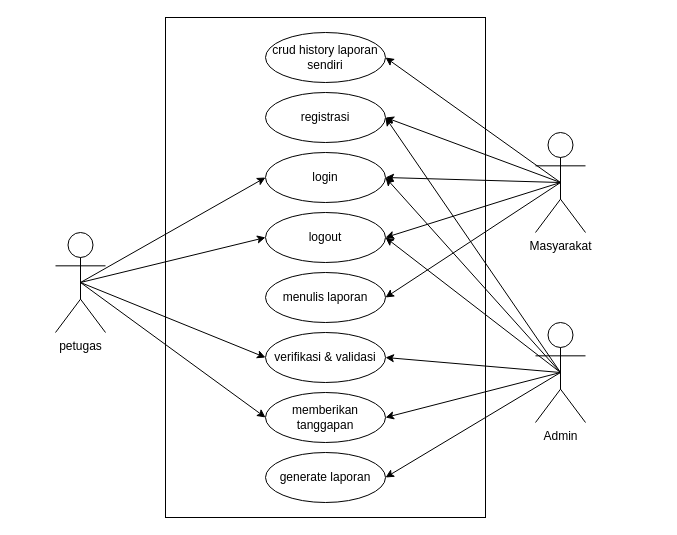
This is usecase(Revision).drawio from Mahklvk/laporanMasyarakatPreparation, a draw.io file, before an edit. Source tidied: cells renumbered, new cells numbered last; positions are measured from the earlier drawing's top-left corner, leaving out a move shared by most shapes. Both pictures are drawn from the tidied source at 100%, with x=0, y=0 at pixel (55, 17).
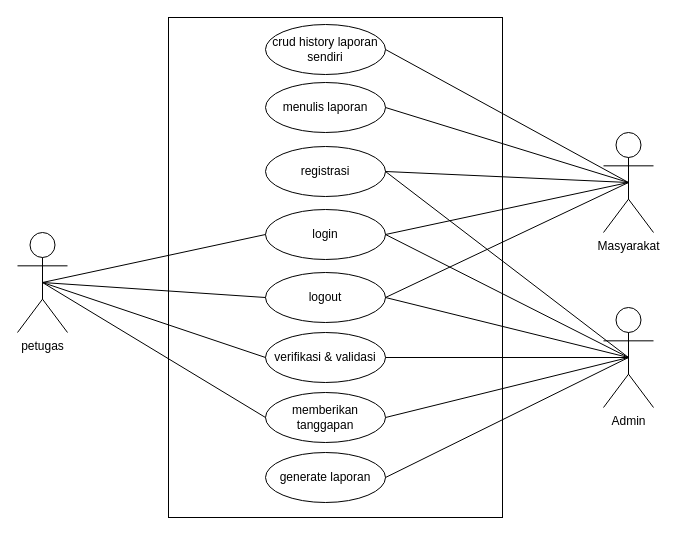
After the change.

The change refers to these unchanged cells:
```xml
<mxCell id="24" value="verifikasi &amp;amp; validasi" style="ellipse;whiteSpace=wrap;html=1;fillColor=none;" parent="1" vertex="1">
  <mxGeometry x="210" y="315" width="120" height="50" as="geometry" />
</mxCell>
<mxCell id="26" value="memberikan tanggapan" style="ellipse;whiteSpace=wrap;html=1;fillColor=none;" parent="1" vertex="1">
  <mxGeometry x="210" y="375" width="120" height="50" as="geometry" />
</mxCell>
<mxCell id="27" value="generate laporan" style="ellipse;whiteSpace=wrap;html=1;fillColor=none;" parent="1" vertex="1">
  <mxGeometry x="210" y="435" width="120" height="50" as="geometry" />
</mxCell>
```

Diff of the diagram source:
```diff
@@
     <mxCell id="2" style="rounded=0;whiteSpace=wrap;html=1;fillColor=none;" parent="1" vertex="1">
-      <mxGeometry x="110" width="320" height="500" as="geometry" />
+      <mxGeometry x="113" width="334" height="500" as="geometry" />
     </mxCell>
-    <mxCell id="3" style="rounded=0;jettySize=auto;html=1;exitX=0.5;exitY=0.5;exitDx=0;exitDy=0;exitPerimeter=0;entryX=1;entryY=0.5;entryDx=0;entryDy=0;" parent="1" edge="1" source="9" target="23">
+    <mxCell id="3" style="rounded=0;jettySize=auto;html=1;exitX=0.5;exitY=0.5;exitDx=0;exitDy=0;exitPerimeter=0;entryX=1;entryY=0.5;entryDx=0;entryDy=0;endArrow=none;startFill=0;" parent="1" edge="1" source="9" target="23">
       <mxGeometry relative="1" as="geometry" />
     </mxCell>
-    <mxCell id="4" style="rounded=0;jettySize=auto;html=1;exitX=0.5;exitY=0.5;exitDx=0;exitDy=0;exitPerimeter=0;entryX=1;entryY=0.5;entryDx=0;entryDy=0;" parent="1" edge="1" source="9" target="22">
+    <mxCell id="4" style="rounded=0;jettySize=auto;html=1;exitX=0.5;exitY=0.5;exitDx=0;exitDy=0;exitPerimeter=0;entryX=1;entryY=0.5;entryDx=0;entryDy=0;endArrow=none;startFill=0;" parent="1" edge="1" source="9" target="22">
       <mxGeometry relative="1" as="geometry" />
     </mxCell>
-    <mxCell id="5" style="rounded=0;jettySize=auto;html=1;exitX=0.5;exitY=0.5;exitDx=0;exitDy=0;exitPerimeter=0;entryX=1;entryY=0.5;entryDx=0;entryDy=0;" parent="1" edge="1" source="9" target="24">
+    <mxCell id="5" style="rounded=0;jettySize=auto;html=1;exitX=0.5;exitY=0.5;exitDx=0;exitDy=0;exitPerimeter=0;entryX=1;entryY=0.5;entryDx=0;entryDy=0;endArrow=none;startFill=0;" parent="1" edge="1" source="9" target="24">
       <mxGeometry relative="1" as="geometry" />
     </mxCell>
-    <mxCell id="6" style="rounded=0;jettySize=auto;html=1;exitX=0.5;exitY=0.5;exitDx=0;exitDy=0;exitPerimeter=0;entryX=1;entryY=0.5;entryDx=0;entryDy=0;" parent="1" edge="1" source="9" target="26">
+    <mxCell id="6" style="rounded=0;jettySize=auto;html=1;exitX=0.5;exitY=0.5;exitDx=0;exitDy=0;exitPerimeter=0;entryX=1;entryY=0.5;entryDx=0;entryDy=0;endArrow=none;startFill=0;" parent="1" edge="1" source="9" target="26">
       <mxGeometry relative="1" as="geometry" />
     </mxCell>
-    <mxCell id="7" style="rounded=0;jettySize=auto;html=1;exitX=0.5;exitY=0.5;exitDx=0;exitDy=0;exitPerimeter=0;entryX=1;entryY=0.5;entryDx=0;entryDy=0;" parent="1" edge="1" source="9" target="27">
+    <mxCell id="7" style="rounded=0;jettySize=auto;html=1;exitX=0.5;exitY=0.5;exitDx=0;exitDy=0;exitPerimeter=0;entryX=1;entryY=0.5;entryDx=0;entryDy=0;endArrow=none;startFill=0;" parent="1" edge="1" source="9" target="27">
       <mxGeometry relative="1" as="geometry" />
     </mxCell>
-    <mxCell id="8" style="rounded=0;jettySize=auto;html=1;exitX=0.5;exitY=0.5;exitDx=0;exitDy=0;exitPerimeter=0;entryX=1;entryY=0.5;entryDx=0;entryDy=0;" parent="1" edge="1" source="9" target="21">
+    <mxCell id="8" style="rounded=0;jettySize=auto;html=1;exitX=0.5;exitY=0.5;exitDx=0;exitDy=0;exitPerimeter=0;entryX=1;entryY=0.5;entryDx=0;entryDy=0;endArrow=none;startFill=0;" parent="1" edge="1" source="9" target="21">
       <mxGeometry relative="1" as="geometry" />
     </mxCell>
     <mxCell id="9" value="Admin" style="shape=umlActor;verticalLabelPosition=bottom;verticalAlign=top;html=1;outlineConnect=0;fillColor=none;" parent="1" vertex="1">
-      <mxGeometry x="480" y="305" width="50" height="100" as="geometry" />
+      <mxGeometry x="548" y="290" width="50" height="100" as="geometry" />
     </mxCell>
-    <mxCell id="10" style="rounded=0;jettySize=auto;html=1;exitX=0.5;exitY=0.5;exitDx=0;exitDy=0;exitPerimeter=0;entryX=0;entryY=0.5;entryDx=0;entryDy=0;" parent="1" edge="1" source="14" target="23">
+    <mxCell id="10" style="rounded=0;jettySize=auto;html=1;exitX=0.5;exitY=0.5;exitDx=0;exitDy=0;exitPerimeter=0;entryX=0;entryY=0.5;entryDx=0;entryDy=0;endArrow=none;startFill=0;" parent="1" edge="1" source="14" target="23">
       <mxGeometry relative="1" as="geometry" />
     </mxCell>
-    <mxCell id="11" style="rounded=0;jettySize=auto;html=1;exitX=0.5;exitY=0.5;exitDx=0;exitDy=0;exitPerimeter=0;entryX=0;entryY=0.5;entryDx=0;entryDy=0;" parent="1" edge="1" source="14" target="22">
+    <mxCell id="11" style="rounded=0;jettySize=auto;html=1;exitX=0.5;exitY=0.5;exitDx=0;exitDy=0;exitPerimeter=0;entryX=0;entryY=0.5;entryDx=0;entryDy=0;endArrow=none;startFill=0;" parent="1" edge="1" source="14" target="22">
       <mxGeometry relative="1" as="geometry" />
     </mxCell>
-    <mxCell id="12" style="rounded=0;jettySize=auto;html=1;exitX=0.5;exitY=0.5;exitDx=0;exitDy=0;exitPerimeter=0;entryX=0;entryY=0.5;entryDx=0;entryDy=0;" parent="1" edge="1" source="14" target="24">
+    <mxCell id="12" style="rounded=0;jettySize=auto;html=1;exitX=0.5;exitY=0.5;exitDx=0;exitDy=0;exitPerimeter=0;entryX=0;entryY=0.5;entryDx=0;entryDy=0;endArrow=none;startFill=0;" parent="1" edge="1" source="14" target="24">
       <mxGeometry relative="1" as="geometry" />
     </mxCell>
-    <mxCell id="13" style="rounded=0;jettySize=auto;html=1;exitX=0.5;exitY=0.5;exitDx=0;exitDy=0;exitPerimeter=0;entryX=0;entryY=0.5;entryDx=0;entryDy=0;" parent="1" edge="1" source="14" target="26">
+    <mxCell id="13" style="rounded=0;jettySize=auto;html=1;exitX=0.5;exitY=0.5;exitDx=0;exitDy=0;exitPerimeter=0;entryX=0;entryY=0.5;entryDx=0;entryDy=0;endArrow=none;startFill=0;" parent="1" edge="1" source="14" target="26">
       <mxGeometry relative="1" as="geometry" />
     </mxCell>
     <mxCell id="14" value="petugas" style="shape=umlActor;verticalLabelPosition=bottom;verticalAlign=top;html=1;outlineConnect=0;fillColor=none;" parent="1" vertex="1">
-      <mxGeometry y="215" width="50" height="100" as="geometry" />
+      <mxGeometry x="-38" y="215" width="50" height="100" as="geometry" />
     </mxCell>
-    <mxCell id="15" style="rounded=0;jettySize=auto;html=1;exitX=0.5;exitY=0.5;exitDx=0;exitDy=0;exitPerimeter=0;entryX=1;entryY=0.5;entryDx=0;entryDy=0;" parent="1" edge="1" source="20" target="21">
+    <mxCell id="15" style="rounded=0;jettySize=auto;html=1;exitX=0.5;exitY=0.5;exitDx=0;exitDy=0;exitPerimeter=0;entryX=1;entryY=0.5;entryDx=0;entryDy=0;endArrow=none;startFill=0;" parent="1" edge="1" source="20" target="21">
       <mxGeometry relative="1" as="geometry" />
     </mxCell>
-    <mxCell id="16" style="rounded=0;jettySize=auto;html=1;exitX=0.5;exitY=0.5;exitDx=0;exitDy=0;exitPerimeter=0;entryX=1;entryY=0.5;entryDx=0;entryDy=0;" parent="1" edge="1" source="20" target="23">
+    <mxCell id="16" style="rounded=0;jettySize=auto;html=1;exitX=0.5;exitY=0.5;exitDx=0;exitDy=0;exitPerimeter=0;entryX=1;entryY=0.5;entryDx=0;entryDy=0;endArrow=none;startFill=0;" parent="1" edge="1" source="20" target="23">
       <mxGeometry relative="1" as="geometry" />
     </mxCell>
-    <mxCell id="17" style="rounded=0;jettySize=auto;html=1;exitX=0.5;exitY=0.5;exitDx=0;exitDy=0;exitPerimeter=0;entryX=1;entryY=0.5;entryDx=0;entryDy=0;" parent="1" edge="1" source="20" target="22">
+    <mxCell id="17" style="rounded=0;jettySize=auto;html=1;exitX=0.5;exitY=0.5;exitDx=0;exitDy=0;exitPerimeter=0;entryX=1;entryY=0.5;entryDx=0;entryDy=0;endArrow=none;startFill=0;" parent="1" edge="1" source="20" target="22">
       <mxGeometry relative="1" as="geometry" />
     </mxCell>
-    <mxCell id="18" style="rounded=0;jettySize=auto;html=1;exitX=0.5;exitY=0.5;exitDx=0;exitDy=0;exitPerimeter=0;entryX=1;entryY=0.5;entryDx=0;entryDy=0;" parent="1" edge="1" source="20" target="25">
+    <mxCell id="18" style="rounded=0;jettySize=auto;html=1;exitX=0.5;exitY=0.5;exitDx=0;exitDy=0;exitPerimeter=0;entryX=1;entryY=0.5;entryDx=0;entryDy=0;endArrow=none;startFill=0;" parent="1" edge="1" source="20" target="25">
       <mxGeometry relative="1" as="geometry" />
     </mxCell>
-    <mxCell id="19" style="rounded=0;jettySize=auto;html=1;exitX=0.5;exitY=0.5;exitDx=0;exitDy=0;exitPerimeter=0;entryX=1;entryY=0.5;entryDx=0;entryDy=0;" parent="1" edge="1" source="20" target="28">
+    <mxCell id="19" style="rounded=0;jettySize=auto;html=1;exitX=0.5;exitY=0.5;exitDx=0;exitDy=0;exitPerimeter=0;entryX=1;entryY=0.5;entryDx=0;entryDy=0;endArrow=none;startFill=0;" parent="1" edge="1" source="20" target="28">
       <mxGeometry relative="1" as="geometry" />
     </mxCell>
     <mxCell id="20" value="Masyarakat" style="shape=umlActor;verticalLabelPosition=bottom;verticalAlign=top;html=1;outlineConnect=0;fillColor=none;" parent="1" vertex="1">
-      <mxGeometry x="480" y="115" width="50" height="100" as="geometry" />
+      <mxGeometry x="548" y="115" width="50" height="100" as="geometry" />
     </mxCell>
     <mxCell id="21" value="registrasi" style="ellipse;whiteSpace=wrap;html=1;fillColor=none;" parent="1" vertex="1">
-      <mxGeometry x="210" y="75" width="120" height="50" as="geometry" />
+      <mxGeometry x="210" y="129" width="120" height="50" as="geometry" />
     </mxCell>
     <mxCell id="22" value="logout" style="ellipse;whiteSpace=wrap;html=1;fillColor=none;" parent="1" vertex="1">
-      <mxGeometry x="210" y="195" width="120" height="50" as="geometry" />
+      <mxGeometry x="210" y="255" width="120" height="50" as="geometry" />
     </mxCell>
     <mxCell id="23" value="login" style="ellipse;whiteSpace=wrap;html=1;fillColor=none;" parent="1" vertex="1">
-      <mxGeometry x="210" y="135" width="120" height="50" as="geometry" />
+      <mxGeometry x="210" y="192" width="120" height="50" as="geometry" />
     </mxCell>
@@
     <mxCell id="25" value="menulis laporan" style="ellipse;whiteSpace=wrap;html=1;fillColor=none;" parent="1" vertex="1">
-      <mxGeometry x="210" y="255" width="120" height="50" as="geometry" />
+      <mxGeometry x="210" y="65" width="120" height="50" as="geometry" />
     </mxCell>
@@
     <mxCell id="28" value="crud history laporan sendiri" style="ellipse;whiteSpace=wrap;html=1;fillColor=none;" parent="1" vertex="1">
-      <mxGeometry x="210" y="15" width="120" height="50" as="geometry" />
+      <mxGeometry x="210" y="7" width="120" height="50" as="geometry" />
     </mxCell>
```
